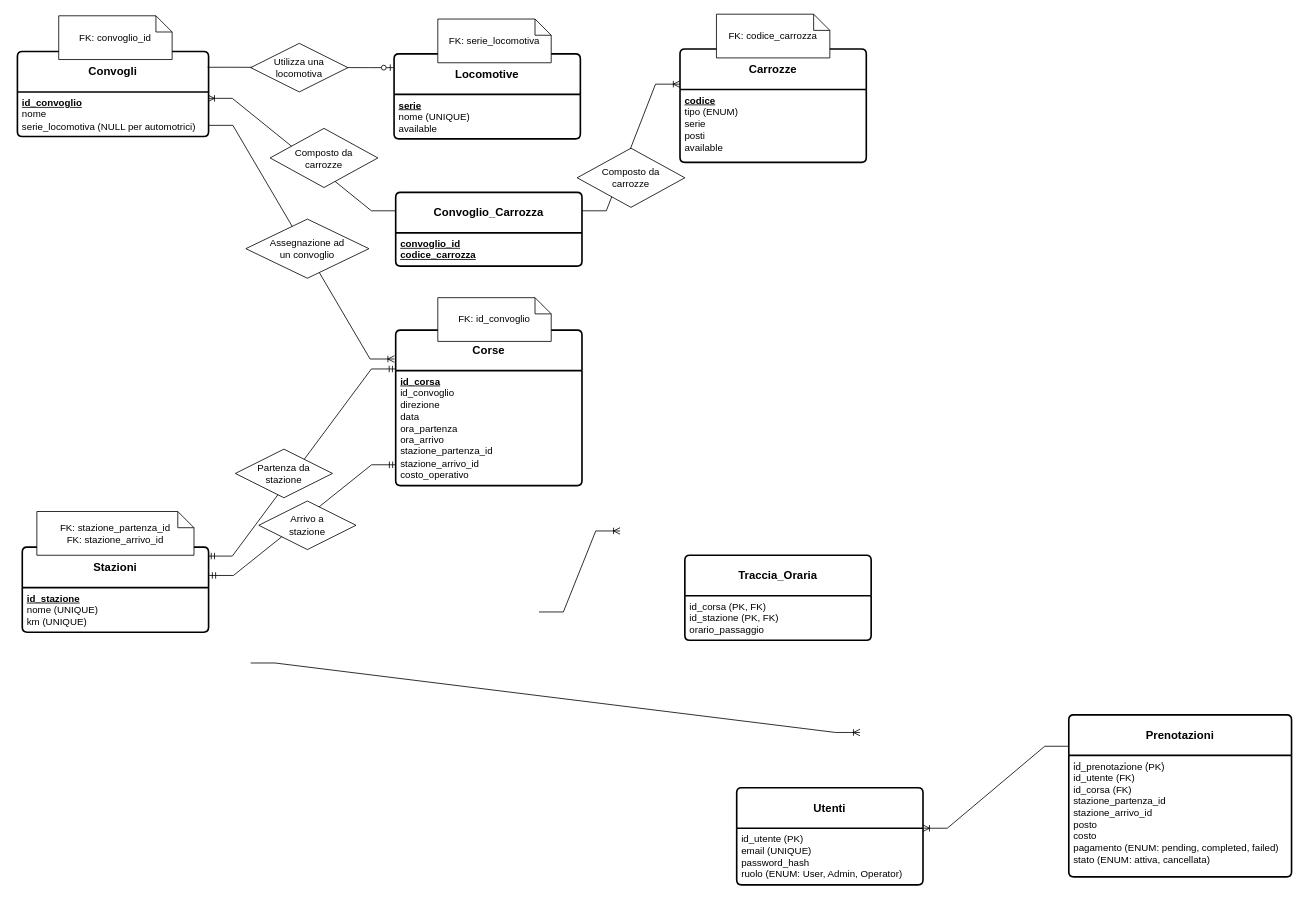
This is page "Page-3" (3 of 4) of ER - vendita biglietti per SFT.drawio from alex991906/vendita-biglietti-sft, a draw.io file, before an edit. Source tidied: cells renumbered, new cells numbered last; positions are measured from the earlier drawing's top-left corner, leaving out a move shared by most shapes. Both pictures are drawn from the tidied source at 81%, with x=0, y=0 at pixel (17, 14).
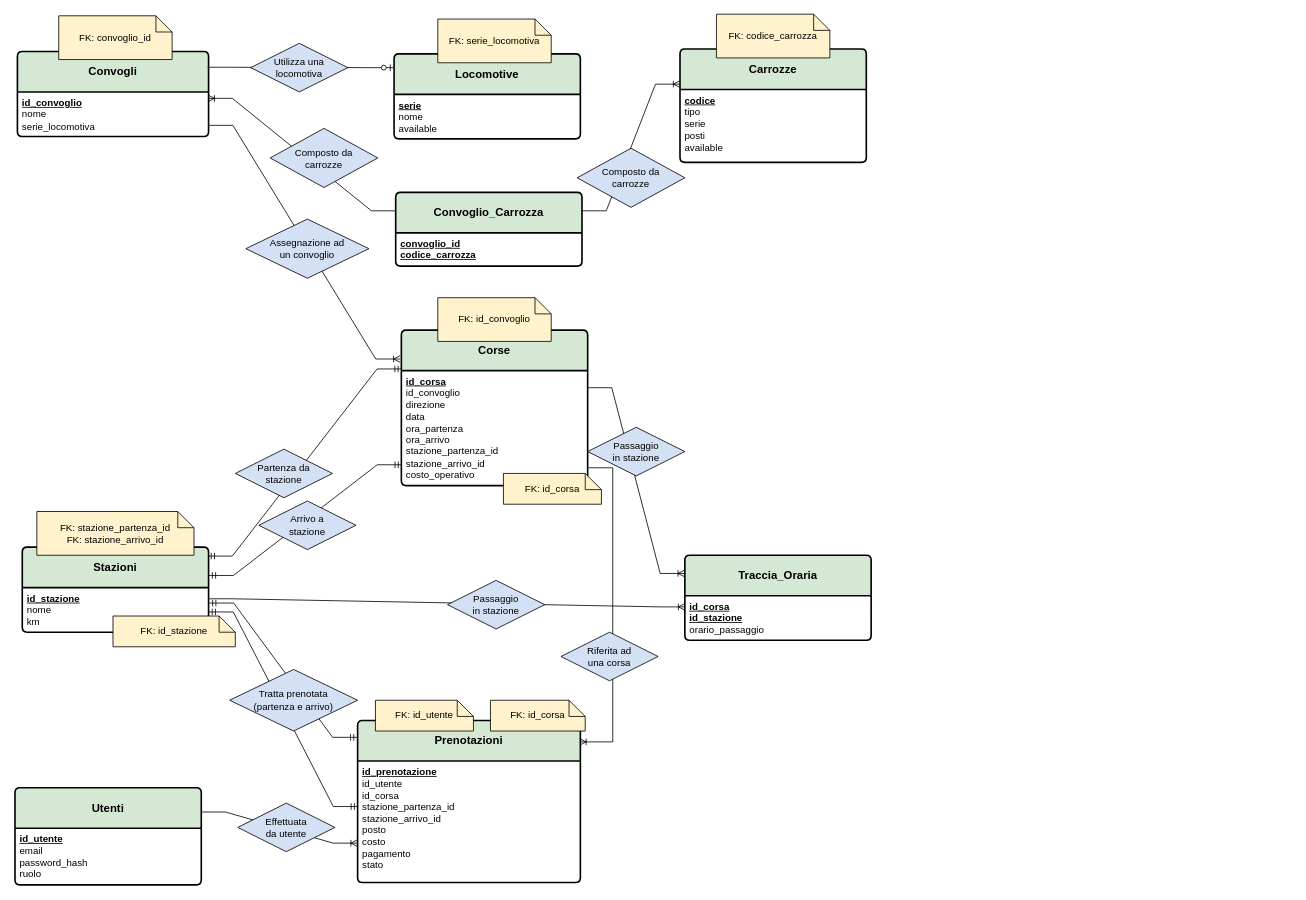
After the change.

Unchanged cells that the change refers to:
```xml
<mxCell id="15" value="&lt;b&gt;&lt;u&gt;id_corsa&lt;/u&gt;&lt;/b&gt;&lt;div&gt;id_convoglio&lt;/div&gt;&lt;div&gt;direzione&lt;/div&gt;&lt;div&gt;data&lt;/div&gt;&lt;div&gt;ora_partenza&lt;/div&gt;&lt;div&gt;ora_arrivo&lt;/div&gt;&lt;div&gt;stazione_partenza_id&lt;/div&gt;&lt;div&gt;stazione_arrivo_id&lt;/div&gt;&lt;div&gt;costo_operativo&lt;/div&gt;" style="align=left;strokeColor=none;fillColor=none;spacingLeft=4;spacingRight=4;fontSize=12;verticalAlign=top;html=1;whiteSpace=wrap;" parent="14" vertex="1">
  <mxGeometry y="50" width="230" height="142" as="geometry" />
</mxCell>
```

Diff of the diagram source:
```diff
@@
-    <mxCell id="2" value="&lt;b&gt;Utenti&lt;/b&gt;" style="swimlane;horizontal=1;startSize=50;rounded=1;fontSize=14;fontStyle=0;strokeWidth=2;shadow=0;dashed=0;align=center;arcSize=4;whiteSpace=wrap;html=1;" parent="1" vertex="1">
-      <mxGeometry x="888" y="955" width="230" height="120" as="geometry" />
+    <mxCell id="2" value="&lt;b&gt;Utenti&lt;/b&gt;" style="swimlane;horizontal=1;startSize=50;rounded=1;fontSize=14;fontStyle=0;strokeWidth=2;shadow=0;dashed=0;align=center;arcSize=4;whiteSpace=wrap;html=1;fillColor=#D5E8D4;" parent="1" vertex="1">
+      <mxGeometry x="-3" y="955" width="230" height="120" as="geometry" />
     </mxCell>
-    <mxCell id="3" value="id_utente (PK)&lt;div&gt;email (UNIQUE)&lt;/div&gt;&lt;div&gt;password_hash&lt;/div&gt;&lt;div&gt;ruolo (ENUM: User, Admin, Operator)&lt;/div&gt;" style="align=left;strokeColor=none;fillColor=none;spacingLeft=4;spacingRight=4;fontSize=12;verticalAlign=top;html=1;whiteSpace=wrap;" parent="2" vertex="1">
+    <mxCell id="3" value="&lt;b&gt;&lt;u&gt;id_utente&lt;/u&gt;&lt;/b&gt;&lt;div&gt;email&lt;/div&gt;&lt;div&gt;password_hash&lt;/div&gt;&lt;div&gt;ruolo&lt;/div&gt;" style="align=left;strokeColor=none;fillColor=none;spacingLeft=4;spacingRight=4;fontSize=12;verticalAlign=top;html=1;whiteSpace=wrap;" parent="2" vertex="1">
       <mxGeometry y="50" width="230" height="70" as="geometry" />
     </mxCell>
-    <mxCell id="4" value="&lt;b&gt;Stazioni&lt;/b&gt;" style="swimlane;horizontal=1;startSize=50;rounded=1;fontSize=14;fontStyle=0;strokeWidth=2;shadow=0;dashed=0;align=center;arcSize=4;whiteSpace=wrap;html=1;" parent="1" vertex="1">
+    <mxCell id="4" value="&lt;b&gt;Stazioni&lt;/b&gt;" style="swimlane;horizontal=1;startSize=50;rounded=1;fontSize=14;fontStyle=0;strokeWidth=2;shadow=0;dashed=0;align=center;arcSize=4;whiteSpace=wrap;html=1;fillColor=#D5E8D4;" parent="1" vertex="1">
       <mxGeometry x="6" y="658" width="230" height="105" as="geometry" />
     </mxCell>
-    <mxCell id="5" value="&lt;b&gt;&lt;u&gt;id_stazione&lt;/u&gt;&lt;/b&gt;&lt;br&gt;nome (UNIQUE)&lt;div&gt;km (UNIQUE)&lt;/div&gt;" style="align=left;strokeColor=none;fillColor=none;spacingLeft=4;spacingRight=4;fontSize=12;verticalAlign=top;html=1;whiteSpace=wrap;" parent="4" vertex="1">
+    <mxCell id="5" value="&lt;b&gt;&lt;u&gt;id_stazione&lt;/u&gt;&lt;/b&gt;&lt;br&gt;nome&lt;div&gt;km&lt;/div&gt;" style="align=left;strokeColor=none;fillColor=none;spacingLeft=4;spacingRight=4;fontSize=12;verticalAlign=top;html=1;whiteSpace=wrap;" parent="4" vertex="1">
       <mxGeometry y="50" width="230" height="55" as="geometry" />
     </mxCell>
-    <mxCell id="6" value="&lt;b&gt;Carrozze&lt;/b&gt;" style="swimlane;horizontal=1;startSize=50;rounded=1;fontSize=14;fontStyle=0;strokeWidth=2;shadow=0;dashed=0;align=center;arcSize=4;whiteSpace=wrap;html=1;" parent="1" vertex="1">
+    <mxCell id="6" value="&lt;b&gt;Carrozze&lt;/b&gt;" style="swimlane;horizontal=1;startSize=50;rounded=1;fontSize=14;fontStyle=0;strokeWidth=2;shadow=0;dashed=0;align=center;arcSize=4;whiteSpace=wrap;html=1;fillColor=#D5E8D4;" parent="1" vertex="1">
       <mxGeometry x="818" y="43" width="230" height="140" as="geometry" />
     </mxCell>
-    <mxCell id="7" value="&lt;b&gt;&lt;u&gt;codice&lt;/u&gt;&lt;/b&gt;&lt;div&gt;tipo (ENUM)&lt;/div&gt;&lt;div&gt;serie&lt;/div&gt;&lt;div&gt;posti&lt;/div&gt;&lt;div&gt;available&lt;/div&gt;" style="align=left;strokeColor=none;fillColor=none;spacingLeft=4;spacingRight=4;fontSize=12;verticalAlign=top;html=1;whiteSpace=wrap;" parent="6" vertex="1">
+    <mxCell id="7" value="&lt;b&gt;&lt;u&gt;codice&lt;/u&gt;&lt;/b&gt;&lt;div&gt;tipo&lt;/div&gt;&lt;div&gt;serie&lt;/div&gt;&lt;div&gt;posti&lt;/div&gt;&lt;div&gt;available&lt;/div&gt;" style="align=left;strokeColor=none;fillColor=none;spacingLeft=4;spacingRight=4;fontSize=12;verticalAlign=top;html=1;whiteSpace=wrap;" parent="6" vertex="1">
       <mxGeometry y="50" width="230" height="90" as="geometry" />
     </mxCell>
-    <mxCell id="8" value="&lt;b&gt;Locomotive&lt;/b&gt;" style="swimlane;horizontal=1;startSize=50;rounded=1;fontSize=14;fontStyle=0;strokeWidth=2;shadow=0;dashed=0;align=center;arcSize=4;whiteSpace=wrap;html=1;" parent="1" vertex="1">
+    <mxCell id="8" value="&lt;b&gt;Locomotive&lt;/b&gt;" style="swimlane;horizontal=1;startSize=50;rounded=1;fontSize=14;fontStyle=0;strokeWidth=2;shadow=0;dashed=0;align=center;arcSize=4;whiteSpace=wrap;html=1;fillColor=#D5E8D4;" parent="1" vertex="1">
       <mxGeometry x="465" y="49" width="230" height="105" as="geometry" />
     </mxCell>
-    <mxCell id="9" value="&lt;b&gt;&lt;u&gt;serie&lt;/u&gt;&lt;/b&gt;&lt;div&gt;nome (UNIQUE)&lt;/div&gt;&lt;div&gt;available&lt;/div&gt;" style="align=left;strokeColor=none;fillColor=none;spacingLeft=4;spacingRight=4;fontSize=12;verticalAlign=top;html=1;whiteSpace=wrap;" parent="8" vertex="1">
+    <mxCell id="9" value="&lt;b&gt;&lt;u&gt;serie&lt;/u&gt;&lt;/b&gt;&lt;div&gt;nome&lt;/div&gt;&lt;div&gt;available&lt;/div&gt;" style="align=left;strokeColor=none;fillColor=none;spacingLeft=4;spacingRight=4;fontSize=12;verticalAlign=top;html=1;whiteSpace=wrap;" parent="8" vertex="1">
       <mxGeometry y="50" width="230" height="55" as="geometry" />
     </mxCell>
-    <mxCell id="10" value="&lt;b&gt;Convogli&lt;/b&gt;" style="swimlane;horizontal=1;startSize=50;rounded=1;fontSize=14;fontStyle=0;strokeWidth=2;shadow=0;dashed=0;align=center;arcSize=4;whiteSpace=wrap;html=1;" parent="1" vertex="1">
+    <mxCell id="10" value="&lt;b&gt;Convogli&lt;/b&gt;" style="swimlane;horizontal=1;startSize=50;rounded=1;fontSize=14;fontStyle=0;strokeWidth=2;shadow=0;dashed=0;align=center;arcSize=4;whiteSpace=wrap;html=1;fillColor=#D5E8D4;" parent="1" vertex="1">
       <mxGeometry y="46" width="236" height="105" as="geometry" />
     </mxCell>
-    <mxCell id="11" value="&lt;b&gt;&lt;u&gt;id_convoglio&lt;/u&gt;&lt;/b&gt;&lt;br&gt;nome&lt;div&gt;serie_locomotiva (NULL per automotrici)&lt;/div&gt;" style="align=left;strokeColor=none;fillColor=none;spacingLeft=4;spacingRight=4;fontSize=12;verticalAlign=top;html=1;whiteSpace=wrap;" parent="10" vertex="1">
+    <mxCell id="11" value="&lt;b&gt;&lt;u&gt;id_convoglio&lt;/u&gt;&lt;/b&gt;&lt;br&gt;nome&lt;div&gt;serie_locomotiva&lt;/div&gt;" style="align=left;strokeColor=none;fillColor=none;spacingLeft=4;spacingRight=4;fontSize=12;verticalAlign=top;html=1;whiteSpace=wrap;" parent="10" vertex="1">
       <mxGeometry y="50" width="236" height="55" as="geometry" />
     </mxCell>
-    <mxCell id="12" value="&lt;b&gt;Convoglio_Carrozza&lt;/b&gt;" style="swimlane;horizontal=1;startSize=50;rounded=1;fontSize=14;fontStyle=0;strokeWidth=2;shadow=0;dashed=0;align=center;arcSize=4;whiteSpace=wrap;html=1;" parent="1" vertex="1">
+    <mxCell id="12" value="&lt;b&gt;Convoglio_Carrozza&lt;/b&gt;" style="swimlane;horizontal=1;startSize=50;rounded=1;fontSize=14;fontStyle=0;strokeWidth=2;shadow=0;dashed=0;align=center;arcSize=4;whiteSpace=wrap;html=1;fillColor=#D5E8D4;" parent="1" vertex="1">
       <mxGeometry x="467" y="220" width="230" height="91" as="geometry" />
     </mxCell>
@@
-    <mxCell id="14" value="&lt;b&gt;Corse&lt;/b&gt;" style="swimlane;horizontal=1;startSize=50;rounded=1;fontSize=14;fontStyle=0;strokeWidth=2;shadow=0;dashed=0;align=center;arcSize=4;whiteSpace=wrap;html=1;" parent="1" vertex="1">
-      <mxGeometry x="467" y="390" width="230" height="192" as="geometry" />
+    <mxCell id="14" value="&lt;b&gt;Corse&lt;/b&gt;" style="swimlane;horizontal=1;startSize=50;rounded=1;fontSize=14;fontStyle=0;strokeWidth=2;shadow=0;dashed=0;align=center;arcSize=4;whiteSpace=wrap;html=1;fillColor=#D5E8D4;" parent="1" vertex="1">
+      <mxGeometry x="474" y="390" width="230" height="192" as="geometry" />
     </mxCell>
@@
-    <mxCell id="16" value="&lt;b&gt;Prenotazioni&lt;/b&gt;" style="swimlane;horizontal=1;startSize=50;rounded=1;fontSize=14;fontStyle=0;strokeWidth=2;shadow=0;dashed=0;align=center;arcSize=4;whiteSpace=wrap;html=1;" parent="1" vertex="1">
-      <mxGeometry x="1298" y="865" width="275" height="200" as="geometry" />
+    <mxCell id="16" value="&lt;b&gt;Prenotazioni&lt;/b&gt;" style="swimlane;horizontal=1;startSize=50;rounded=1;fontSize=14;fontStyle=0;strokeWidth=2;shadow=0;dashed=0;align=center;arcSize=4;whiteSpace=wrap;html=1;fillColor=#D5E8D4;" parent="1" vertex="1">
+      <mxGeometry x="420" y="872" width="275" height="200" as="geometry" />
     </mxCell>
-    <mxCell id="17" value="id_prenotazione (PK)&lt;div&gt;id_utente (FK)&lt;/div&gt;&lt;div&gt;id_corsa (FK)&lt;/div&gt;&lt;div&gt;stazione_partenza_id&lt;/div&gt;&lt;div&gt;stazione_arrivo_id&lt;/div&gt;&lt;div&gt;posto&lt;/div&gt;&lt;div&gt;costo&lt;/div&gt;&lt;div&gt;pagamento (ENUM: pending, completed, failed)&lt;/div&gt;&lt;div&gt;stato (ENUM: attiva, cancellata)&lt;/div&gt;" style="align=left;strokeColor=none;fillColor=none;spacingLeft=4;spacingRight=4;fontSize=12;verticalAlign=top;html=1;whiteSpace=wrap;" parent="16" vertex="1">
+    <mxCell id="17" value="&lt;b&gt;&lt;u&gt;id_prenotazione&lt;/u&gt;&lt;/b&gt;&lt;div&gt;&lt;span style=&quot;background-color: transparent; color: light-dark(rgb(0, 0, 0), rgb(255, 255, 255));&quot;&gt;id_utente&lt;/span&gt;&lt;div&gt;id_corsa&lt;/div&gt;&lt;div&gt;stazione_partenza_id&lt;/div&gt;&lt;div&gt;stazione_arrivo_id&lt;/div&gt;&lt;div&gt;posto&lt;/div&gt;&lt;div&gt;costo&lt;/div&gt;&lt;div&gt;pagamento&lt;/div&gt;&lt;div&gt;stato&lt;/div&gt;&lt;/div&gt;" style="align=left;strokeColor=none;fillColor=none;spacingLeft=4;spacingRight=4;fontSize=12;verticalAlign=top;html=1;whiteSpace=wrap;" parent="16" vertex="1">
       <mxGeometry y="50" width="275" height="150" as="geometry" />
     </mxCell>
-    <mxCell id="18" value="&lt;b&gt;Traccia_Oraria&lt;/b&gt;" style="swimlane;horizontal=1;startSize=50;rounded=1;fontSize=14;fontStyle=0;strokeWidth=2;shadow=0;dashed=0;align=center;arcSize=4;whiteSpace=wrap;html=1;" parent="1" vertex="1">
+    <mxCell id="18" value="&lt;b&gt;Traccia_Oraria&lt;/b&gt;" style="swimlane;horizontal=1;startSize=50;rounded=1;fontSize=14;fontStyle=0;strokeWidth=2;shadow=0;dashed=0;align=center;arcSize=4;whiteSpace=wrap;html=1;fillColor=#D5E8D4;" parent="1" vertex="1">
       <mxGeometry x="824" y="668" width="230" height="105" as="geometry" />
     </mxCell>
-    <mxCell id="19" value="id_corsa (PK, FK)&lt;div&gt;id_stazione (PK, FK)&lt;/div&gt;&lt;div&gt;orario_passaggio&lt;/div&gt;" style="align=left;strokeColor=none;fillColor=none;spacingLeft=4;spacingRight=4;fontSize=12;verticalAlign=top;html=1;whiteSpace=wrap;" parent="18" vertex="1">
+    <mxCell id="19" value="&lt;b&gt;&lt;u&gt;id_corsa&lt;/u&gt;&lt;/b&gt;&lt;div&gt;&lt;b&gt;&lt;u&gt;id_stazione&lt;/u&gt;&lt;/b&gt;&lt;/div&gt;&lt;div&gt;orario_passaggio&lt;/div&gt;" style="align=left;strokeColor=none;fillColor=none;spacingLeft=4;spacingRight=4;fontSize=12;verticalAlign=top;html=1;whiteSpace=wrap;" parent="18" vertex="1">
       <mxGeometry y="50" width="230" height="55" as="geometry" />
     </mxCell>
@@
-    <mxCell id="22" style="edgeStyle=entityRelationEdgeStyle;fontSize=12;html=1;endArrow=ERoneToMany;rounded=0;exitX=0.999;exitY=0.369;exitDx=0;exitDy=0;exitPerimeter=0;entryX=0;entryY=0.5;entryDx=0;entryDy=0;" parent="1" edge="1">
-      <mxGeometry relative="1" as="geometry">
-        <mxPoint x="288" y="801" as="sourcePoint" />
-        <mxPoint x="1040.2" y="886.8" as="targetPoint" />
-      </mxGeometry>
+    <mxCell id="22" style="edgeStyle=entityRelationEdgeStyle;fontSize=12;html=1;endArrow=ERoneToMany;rounded=0;exitX=1;exitY=0.25;exitDx=0;exitDy=0;entryX=0;entryY=0.25;entryDx=0;entryDy=0;" parent="1" edge="1" source="5" target="19">
+      <mxGeometry relative="1" as="geometry" />
     </mxCell>
-    <mxCell id="23" style="edgeStyle=entityRelationEdgeStyle;fontSize=12;html=1;endArrow=ERoneToMany;rounded=0;exitX=0.001;exitY=0.194;exitDx=0;exitDy=0;exitPerimeter=0;entryX=1;entryY=0;entryDx=0;entryDy=0;" parent="1" edge="1" source="16" target="3">
-      <mxGeometry relative="1" as="geometry" />
-    </mxCell>
@@
-    <mxCell id="25" value="Utilizza una locomotiva" style="shape=rhombus;perimeter=rhombusPerimeter;whiteSpace=wrap;html=1;align=center;" parent="1" vertex="1">
+    <mxCell id="25" value="Utilizza una locomotiva" style="shape=rhombus;perimeter=rhombusPerimeter;whiteSpace=wrap;html=1;align=center;fillColor=#D4E1F5;" parent="1" vertex="1">
       <mxGeometry x="288" y="36" width="120" height="60" as="geometry" />
     </mxCell>
-    <mxCell id="26" value="FK: serie_locomotiva" style="shape=note;size=20;whiteSpace=wrap;html=1;" parent="1" vertex="1">
+    <mxCell id="26" value="FK: serie_locomotiva" style="shape=note;size=20;whiteSpace=wrap;html=1;fillColor=#FFF2CC;" parent="1" vertex="1">
       <mxGeometry x="519" y="6" width="140" height="54" as="geometry" />
     </mxCell>
@@
-    <mxCell id="28" value="Composto da&lt;div&gt;carrozze&lt;/div&gt;" style="shape=rhombus;perimeter=rhombusPerimeter;whiteSpace=wrap;html=1;align=center;" parent="1" vertex="1">
+    <mxCell id="28" value="Composto da&lt;div&gt;carrozze&lt;/div&gt;" style="shape=rhombus;perimeter=rhombusPerimeter;whiteSpace=wrap;html=1;align=center;fillColor=#D4E1F5;" parent="1" vertex="1">
       <mxGeometry x="312" y="141" width="133" height="73" as="geometry" />
     </mxCell>
-    <mxCell id="29" value="Assegnazione ad&lt;div&gt;un convoglio&lt;/div&gt;" style="shape=rhombus;perimeter=rhombusPerimeter;whiteSpace=wrap;html=1;align=center;" parent="1" vertex="1">
+    <mxCell id="29" value="Assegnazione ad&lt;div&gt;un convoglio&lt;/div&gt;" style="shape=rhombus;perimeter=rhombusPerimeter;whiteSpace=wrap;html=1;align=center;fillColor=#D4E1F5;" parent="1" vertex="1">
       <mxGeometry x="282" y="253" width="152" height="73" as="geometry" />
     </mxCell>
-    <mxCell id="30" value="Composto da&lt;div&gt;carrozze&lt;/div&gt;" style="shape=rhombus;perimeter=rhombusPerimeter;whiteSpace=wrap;html=1;align=center;" parent="1" vertex="1">
+    <mxCell id="30" value="Composto da&lt;div&gt;carrozze&lt;/div&gt;" style="shape=rhombus;perimeter=rhombusPerimeter;whiteSpace=wrap;html=1;align=center;fillColor=#D4E1F5;" parent="1" vertex="1">
       <mxGeometry x="691" y="165.5" width="133" height="73" as="geometry" />
     </mxCell>
-    <mxCell id="31" value="FK: id_convoglio" style="shape=note;size=20;whiteSpace=wrap;html=1;" parent="1" vertex="1">
+    <mxCell id="31" value="FK: id_convoglio" style="shape=note;size=20;whiteSpace=wrap;html=1;fillColor=#FFF2CC;" parent="1" vertex="1">
       <mxGeometry x="519" y="350" width="140" height="54" as="geometry" />
     </mxCell>
@@
-    <mxCell id="34" value="Partenza da&lt;div&gt;stazione&lt;/div&gt;" style="shape=rhombus;perimeter=rhombusPerimeter;whiteSpace=wrap;html=1;align=center;" parent="1" vertex="1">
+    <mxCell id="34" value="Partenza da&lt;div&gt;stazione&lt;/div&gt;" style="shape=rhombus;perimeter=rhombusPerimeter;whiteSpace=wrap;html=1;align=center;fillColor=#D4E1F5;" parent="1" vertex="1">
       <mxGeometry x="269" y="537" width="120" height="60" as="geometry" />
     </mxCell>
-    <mxCell id="35" value="Arrivo a&lt;div&gt;stazione&lt;/div&gt;" style="shape=rhombus;perimeter=rhombusPerimeter;whiteSpace=wrap;html=1;align=center;" parent="1" vertex="1">
+    <mxCell id="35" value="Arrivo a&lt;div&gt;stazione&lt;/div&gt;" style="shape=rhombus;perimeter=rhombusPerimeter;whiteSpace=wrap;html=1;align=center;fillColor=#D4E1F5;" parent="1" vertex="1">
       <mxGeometry x="298" y="601" width="120" height="60" as="geometry" />
     </mxCell>
-    <mxCell id="36" value="FK: stazione_partenza_id&lt;div&gt;FK: stazione_arrivo_id&lt;/div&gt;" style="shape=note;size=20;whiteSpace=wrap;html=1;" parent="1" vertex="1">
+    <mxCell id="36" value="FK: stazione_partenza_id&lt;div&gt;FK: stazione_arrivo_id&lt;/div&gt;" style="shape=note;size=20;whiteSpace=wrap;html=1;fillColor=#FFF2CC;" parent="1" vertex="1">
       <mxGeometry x="24" y="614" width="194" height="54" as="geometry" />
     </mxCell>
-    <mxCell id="37" value="FK: convoglio_id" style="shape=note;size=20;whiteSpace=wrap;html=1;" parent="1" vertex="1">
+    <mxCell id="37" value="FK: convoglio_id" style="shape=note;size=20;whiteSpace=wrap;html=1;fillColor=#FFF2CC;" parent="1" vertex="1">
       <mxGeometry x="51" y="2" width="140" height="54" as="geometry" />
     </mxCell>
-    <mxCell id="38" value="&lt;div&gt;&lt;span style=&quot;background-color: transparent; color: light-dark(rgb(0, 0, 0), rgb(255, 255, 255));&quot;&gt;FK: codice_carrozza&lt;/span&gt;&lt;/div&gt;" style="shape=note;size=20;whiteSpace=wrap;html=1;" parent="1" vertex="1">
+    <mxCell id="38" value="&lt;div&gt;&lt;span style=&quot;background-color: transparent; color: light-dark(rgb(0, 0, 0), rgb(255, 255, 255));&quot;&gt;FK: codice_carrozza&lt;/span&gt;&lt;/div&gt;" style="shape=note;size=20;whiteSpace=wrap;html=1;fillColor=#FFF2CC;" parent="1" vertex="1">
       <mxGeometry x="863" width="140" height="54" as="geometry" />
     </mxCell>
-    <mxCell id="39" style="edgeStyle=entityRelationEdgeStyle;fontSize=12;html=1;endArrow=ERoneToMany;rounded=0;" parent="1" edge="1">
-      <mxGeometry relative="1" as="geometry">
-        <mxPoint x="644" y="738" as="sourcePoint" />
-        <mxPoint x="744" y="638" as="targetPoint" />
-      </mxGeometry>
+    <mxCell id="39" style="edgeStyle=entityRelationEdgeStyle;fontSize=12;html=1;endArrow=ERoneToMany;rounded=0;exitX=0.999;exitY=0.149;exitDx=0;exitDy=0;exitPerimeter=0;entryX=-0.002;entryY=0.214;entryDx=0;entryDy=0;entryPerimeter=0;" parent="1" edge="1" source="15" target="18">
+      <mxGeometry relative="1" as="geometry" />
     </mxCell>
+    <mxCell id="40" value="Passaggio&lt;div&gt;in stazione&lt;/div&gt;" style="shape=rhombus;perimeter=rhombusPerimeter;whiteSpace=wrap;html=1;align=center;fillColor=#D4E1F5;" parent="1" vertex="1">
+      <mxGeometry x="704" y="510" width="120" height="60" as="geometry" />
+    </mxCell>
+    <mxCell id="41" value="Passaggio&lt;div&gt;in stazione&lt;/div&gt;" style="shape=rhombus;perimeter=rhombusPerimeter;whiteSpace=wrap;html=1;align=center;fillColor=#D4E1F5;" parent="1" vertex="1">
+      <mxGeometry x="531" y="699" width="120" height="60" as="geometry" />
+    </mxCell>
+    <mxCell id="42" value="FK: id_stazione" style="shape=note;size=20;whiteSpace=wrap;html=1;fillColor=#FFF2CC;" parent="1" vertex="1">
+      <mxGeometry x="118" y="743" width="151" height="38" as="geometry" />
+    </mxCell>
+    <mxCell id="43" value="FK: id_corsa" style="shape=note;size=20;whiteSpace=wrap;html=1;fillColor=#FFF2CC;" parent="1" vertex="1">
+      <mxGeometry x="600" y="567" width="121" height="38" as="geometry" />
+    </mxCell>
+    <mxCell id="44" style="edgeStyle=entityRelationEdgeStyle;fontSize=12;html=1;endArrow=ERoneToMany;rounded=0;exitX=1;exitY=0.25;exitDx=0;exitDy=0;entryX=-0.001;entryY=0.676;entryDx=0;entryDy=0;entryPerimeter=0;" parent="1" edge="1" source="2" target="17">
+      <mxGeometry relative="1" as="geometry" />
+    </mxCell>
+    <mxCell id="45" value="Effettuata&lt;div&gt;da utente&lt;/div&gt;" style="shape=rhombus;perimeter=rhombusPerimeter;whiteSpace=wrap;html=1;align=center;fillColor=#D4E1F5;" parent="1" vertex="1">
+      <mxGeometry x="272" y="974" width="120" height="60" as="geometry" />
+    </mxCell>
+    <mxCell id="46" value="FK: id_utente" style="shape=note;size=20;whiteSpace=wrap;html=1;fillColor=#FFF2CC;" parent="1" vertex="1">
+      <mxGeometry x="442" y="847" width="121" height="38" as="geometry" />
+    </mxCell>
+    <mxCell id="47" style="edgeStyle=entityRelationEdgeStyle;fontSize=12;html=1;endArrow=ERoneToMany;rounded=0;entryX=0.997;entryY=0.132;entryDx=0;entryDy=0;entryPerimeter=0;" parent="1" edge="1" target="16">
+      <mxGeometry relative="1" as="geometry">
+        <mxPoint x="705" y="560" as="sourcePoint" />
+      </mxGeometry>
+    </mxCell>
+    <mxCell id="48" value="FK: id_corsa" style="shape=note;size=20;whiteSpace=wrap;html=1;fillColor=#FFF2CC;" parent="1" vertex="1">
+      <mxGeometry x="584" y="847" width="117" height="38" as="geometry" />
+    </mxCell>
+    <mxCell id="49" value="Riferita ad&lt;div&gt;una corsa&lt;/div&gt;" style="shape=rhombus;perimeter=rhombusPerimeter;whiteSpace=wrap;html=1;align=center;fillColor=#D4E1F5;" parent="1" vertex="1">
+      <mxGeometry x="671" y="763" width="120" height="60" as="geometry" />
+    </mxCell>
+    <mxCell id="50" style="edgeStyle=entityRelationEdgeStyle;fontSize=12;html=1;endArrow=ERmandOne;startArrow=ERmandOne;rounded=0;exitX=1;exitY=0.5;exitDx=0;exitDy=0;entryX=-0.002;entryY=0.358;entryDx=0;entryDy=0;entryPerimeter=0;" parent="1" edge="1">
+      <mxGeometry relative="1" as="geometry">
+        <mxPoint x="236.5" y="738" as="sourcePoint" />
+        <mxPoint x="420" y="978.2" as="targetPoint" />
+      </mxGeometry>
+    </mxCell>
+    <mxCell id="51" style="edgeStyle=entityRelationEdgeStyle;fontSize=12;html=1;endArrow=ERmandOne;startArrow=ERmandOne;rounded=0;entryX=-0.003;entryY=0.104;entryDx=0;entryDy=0;entryPerimeter=0;" parent="1" edge="1" target="16">
+      <mxGeometry relative="1" as="geometry">
+        <mxPoint x="237" y="727" as="sourcePoint" />
+      </mxGeometry>
+    </mxCell>
+    <mxCell id="52" value="Tratta prenotata&lt;div&gt;(partenza e arrivo)&lt;/div&gt;" style="shape=rhombus;perimeter=rhombusPerimeter;whiteSpace=wrap;html=1;align=center;fillColor=#D4E1F5;" parent="1" vertex="1">
+      <mxGeometry x="262" y="809" width="158" height="76" as="geometry" />
+    </mxCell>
```
